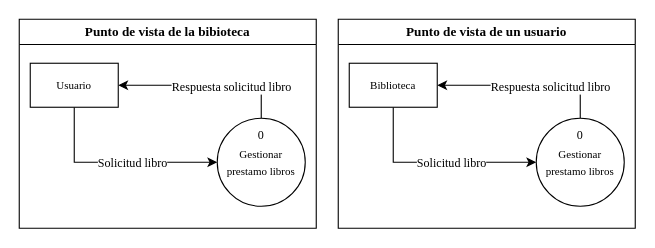
The draw.io diagram page "Página-7" (7 of 12) of ARCHIVOS/SistemasdeInformacion/Dibujos.drawio in NicoGomezM/Codigos_Latex, before the edit. Source tidied: cells renumbered, new cells numbered last; positions are measured from the earlier drawing's top-left corner, leaving out a move shared by most shapes. Both pictures are drawn from the tidied source at 110%, with x=0, y=0 at pixel (19, 19).
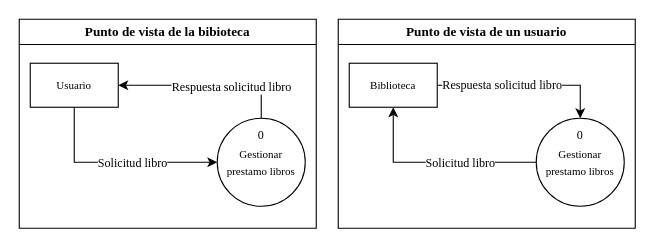
The same page after the edit.

Unchanged cells that the change refers to:
```xml
<mxCell id="12" value="&lt;font face=&quot;Times New Roman&quot; style=&quot;font-size: 10px;&quot;&gt;Gestionar prestamo libros&lt;/font&gt;" style="ellipse;whiteSpace=wrap;html=1;" parent="1" vertex="1">
  <mxGeometry x="470" y="90" width="80" height="80" as="geometry" />
</mxCell>
<mxCell id="15" value="&lt;font face=&quot;Times New Roman&quot; style=&quot;font-size: 10px;&quot;&gt;Biblioteca&lt;/font&gt;" style="rounded=0;whiteSpace=wrap;html=1;" parent="1" vertex="1">
  <mxGeometry x="300" y="40" width="80" height="40" as="geometry" />
</mxCell>
```

Diff of the diagram source:
```diff
@@
-    <mxCell id="10" style="edgeStyle=orthogonalEdgeStyle;rounded=0;jettySize=auto;html=1;entryX=1;entryY=0.5;entryDx=0;entryDy=0;" parent="1" edge="1" source="12" target="15">
+    <mxCell id="10" style="edgeStyle=orthogonalEdgeStyle;rounded=0;jettySize=auto;html=1;exitX=1;exitY=0.5;exitDx=0;exitDy=0;entryX=0.5;entryY=0;entryDx=0;entryDy=0;" parent="1" edge="1" source="15" target="12">
       <mxGeometry relative="1" as="geometry">
         <Array as="points">
           <mxPoint x="510" y="60" />
         </Array>
       </mxGeometry>
     </mxCell>
@@
-    <mxCell id="13" style="edgeStyle=orthogonalEdgeStyle;rounded=0;jettySize=auto;html=1;entryX=0;entryY=0.5;entryDx=0;entryDy=0;" parent="1" edge="1" source="15" target="12">
+    <mxCell id="13" style="edgeStyle=orthogonalEdgeStyle;rounded=0;jettySize=auto;html=1;entryX=0.5;entryY=1;entryDx=0;entryDy=0;" parent="1" edge="1" source="12" target="15">
       <mxGeometry relative="1" as="geometry">
         <Array as="points">
           <mxPoint x="340" y="130" />
         </Array>
       </mxGeometry>
     </mxCell>
     <mxCell id="14" value="&lt;font face=&quot;Times New Roman&quot;&gt;Solicitud libro&lt;br&gt;&lt;/font&gt;" style="edgeLabel;html=1;align=center;verticalAlign=middle;" parent="13" vertex="1">
-      <mxGeometry x="0.13" relative="1" as="geometry" />
+      <mxGeometry x="0.13" relative="1" as="geometry">
+        <mxPoint x="32" as="offset" />
+      </mxGeometry>
     </mxCell>
@@
+    <mxCell id="17" value="&lt;font face=&quot;Times New Roman&quot;&gt;Punto de vista de un usuario&lt;br&gt;&lt;/font&gt;" style="swimlane;whiteSpace=wrap;html=1;" parent="1" vertex="1">
+      <mxGeometry x="290" width="270" height="190" as="geometry" />
+    </mxCell>
-    <mxCell id="16" value="&lt;font face=&quot;Times New Roman&quot; style=&quot;font-size: 11px;&quot;&gt;0&lt;/font&gt;" style="text;strokeColor=none;align=center;fillColor=none;html=1;verticalAlign=middle;whiteSpace=wrap;rounded=0;" parent="1" vertex="1">
-      <mxGeometry x="480" y="90" width="60" height="30" as="geometry" />
+    <mxCell id="16" value="&lt;font face=&quot;Times New Roman&quot; style=&quot;font-size: 11px;&quot;&gt;0&lt;/font&gt;" style="text;strokeColor=none;align=center;fillColor=none;html=1;verticalAlign=middle;whiteSpace=wrap;rounded=0;" parent="17" vertex="1">
+      <mxGeometry x="190" y="100" width="60" height="10" as="geometry" />
     </mxCell>
-    <mxCell id="17" value="&lt;font face=&quot;Times New Roman&quot;&gt;Punto de vista de un usuario&lt;br&gt;&lt;/font&gt;" style="swimlane;whiteSpace=wrap;html=1;" parent="1" vertex="1">
-      <mxGeometry x="290" width="270" height="190" as="geometry" />
-    </mxCell>
```
